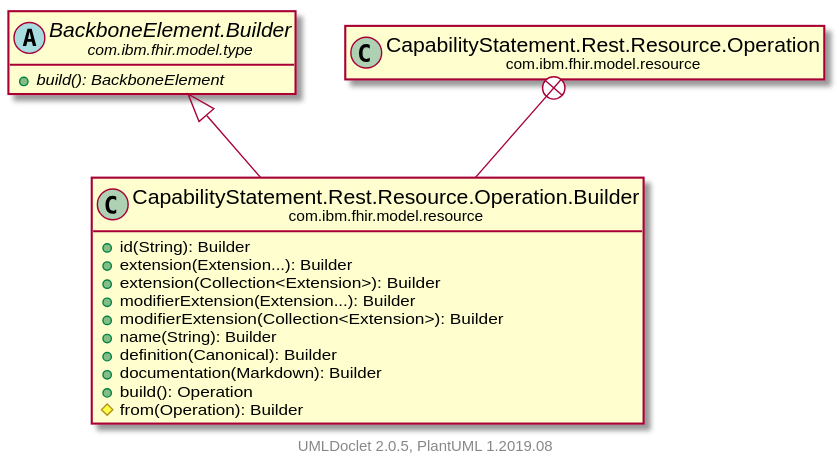
Above: javadocs/latest/com/ibm/fhir/model/resource/CapabilityStatement.Rest.Resource.Operation.Builder.svg in tumblewind/FHIR (PlantUML), before the change.
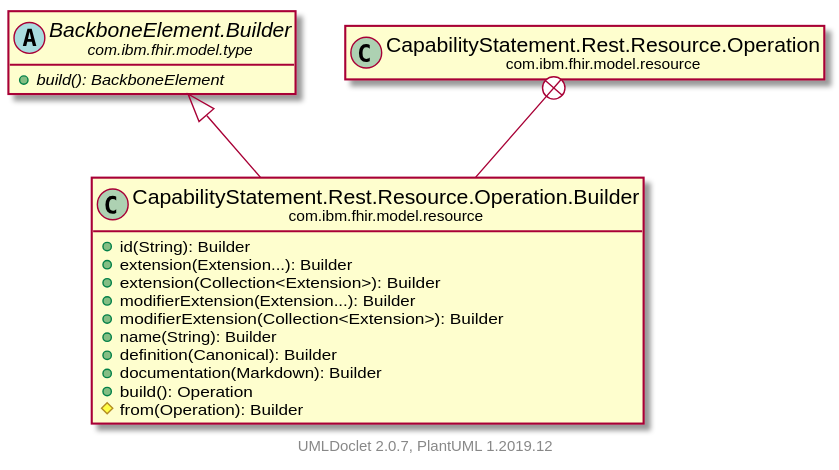
Later version of the same file.

Change to the diagram source:
```diff
@@ -24,5 +24,5 @@
     com.ibm.fhir.model.type.BackboneElement.Builder <|-- com.ibm.fhir.model.resource.CapabilityStatement.Rest.Resource.Operation.Builder
     com.ibm.fhir.model.resource.CapabilityStatement.Rest.Resource.Operation +-- com.ibm.fhir.model.resource.CapabilityStatement.Rest.Resource.Operation.Builder
 
-    center footer UMLDoclet 2.0.5, PlantUML 1.2019.08
+    center footer UMLDoclet 2.0.7, PlantUML 1.2019.12
 @enduml
```
